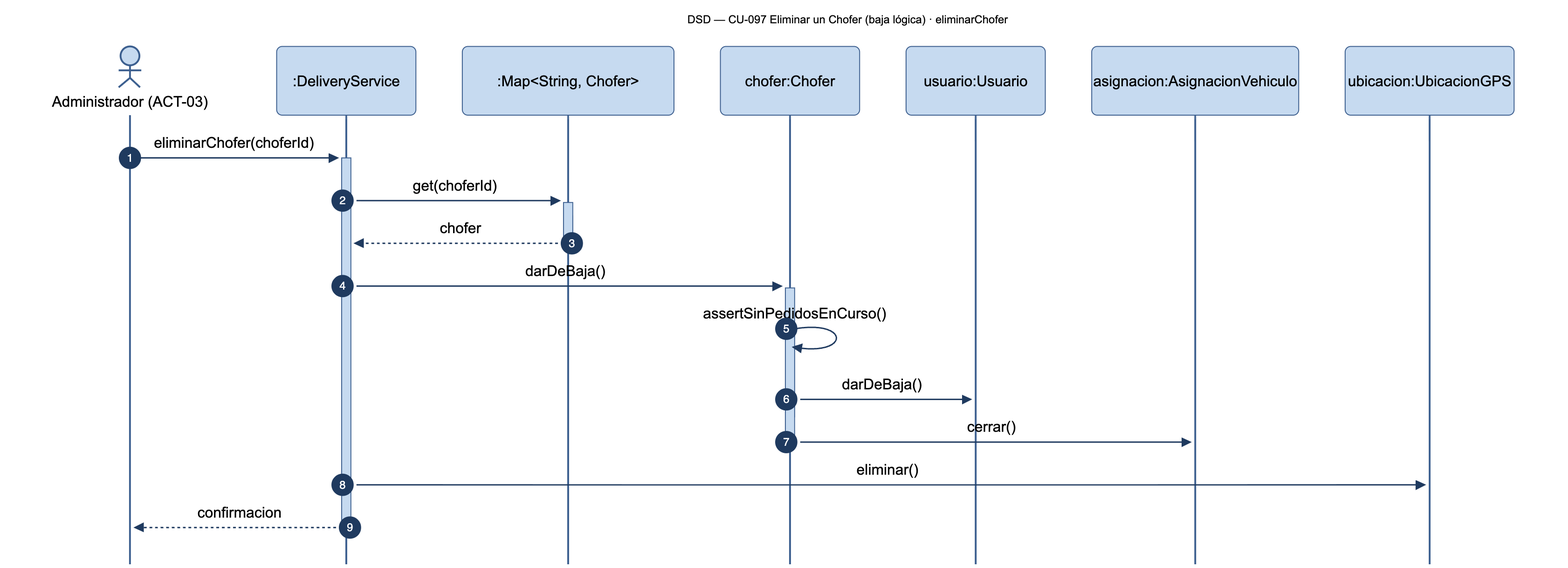
Before: diagramas/png/DSD_CU-097_eliminarChofer.png, a diagram exported from Mermaid (Nahuelito-Dev/splg-docs). Its source is kept beside it as diagramas/DSD_CU-097_eliminarChofer.mmd.
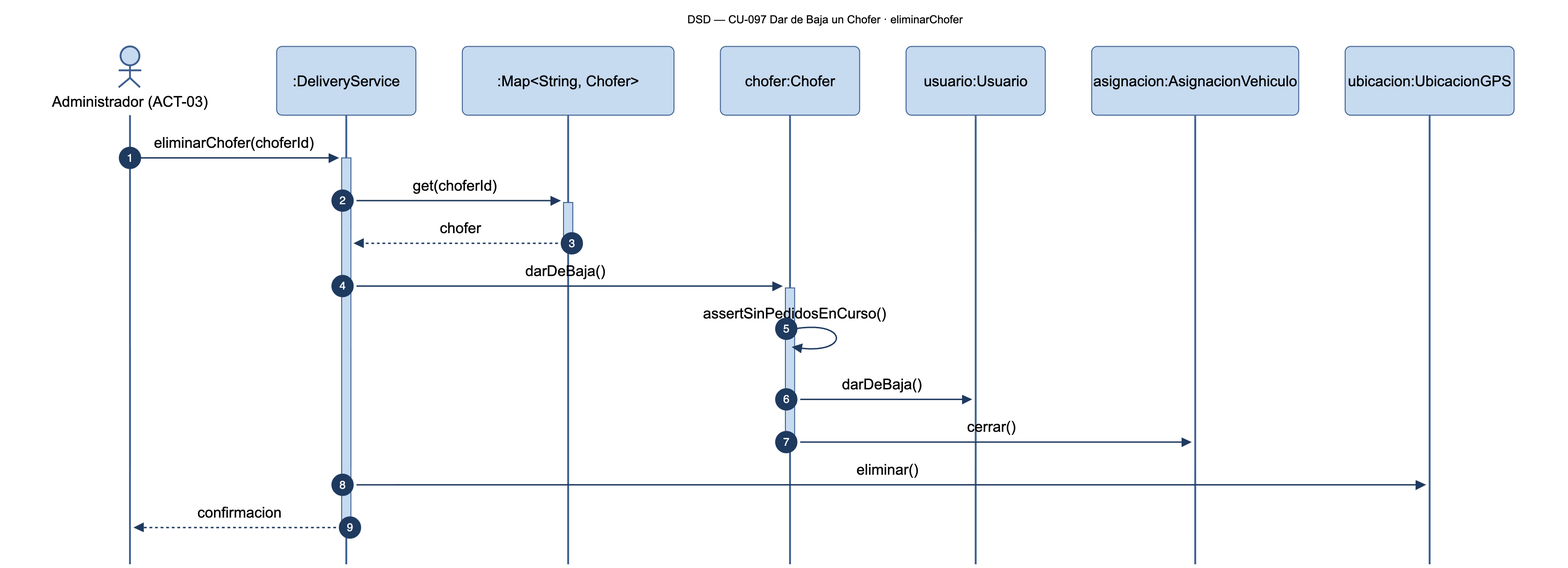
The same diagram one commit later.

Change to the diagram source:
```diff
@@ -1,5 +1,5 @@
 sequenceDiagram
-    title DSD — CU-097 Eliminar un Chofer (baja lógica) · eliminarChofer
+    title DSD — CU-097 Dar de Baja un Chofer · eliminarChofer
     autonumber
     actor ADM as Administrador (ACT-03)
     participant SRV as :DeliveryService
```
